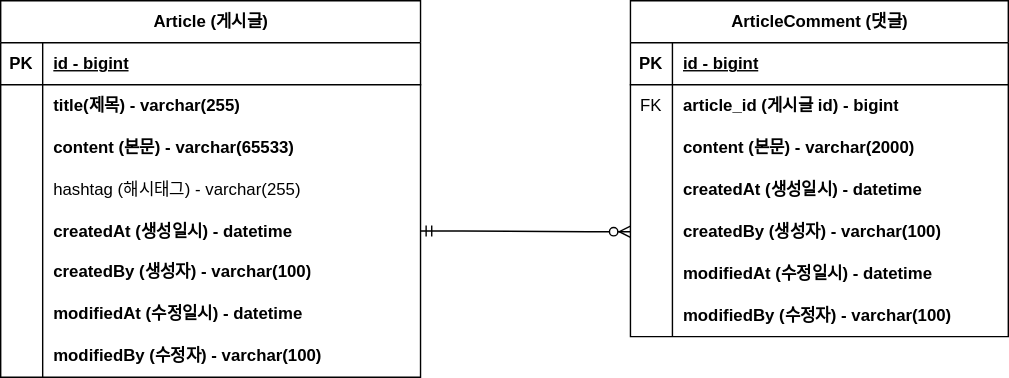
The draw.io diagram document/project-board-erd.svg in JEONHYUNTAK/fastcampus-project-board, before a commit. Source tidied: cells renumbered, new cells last; positions are measured from the earlier drawing's top-left corner, leaving out a move shared by most shapes.
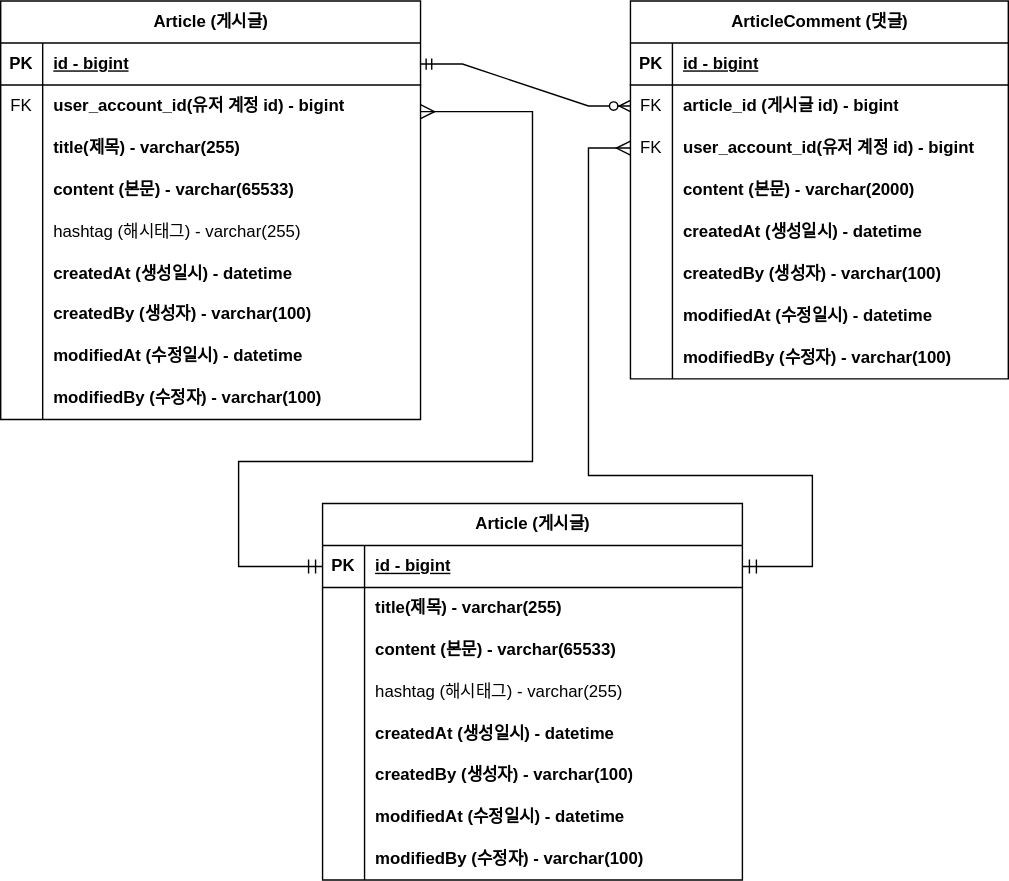
Above is the later version.

Change to the diagram source:
```diff
@@ -3,7 +3,7 @@
     <mxCell id="0" />
     <mxCell id="1" parent="0" />
     <mxCell id="2" value="Article (게시글)" style="shape=table;startSize=30;rowLines=0;fontStyle=1;align=center;html=1;" parent="1" vertex="1">
-      <mxGeometry width="300" height="269" as="geometry" />
+      <mxGeometry width="300" height="299" as="geometry" />
     </mxCell>
     <mxCell id="3" style="shape=tableRow;horizontal=0;startSize=0;swimlaneHead=0;swimlaneBody=0;fillColor=none;points=[[0,0.5],[1,0.5]];portConstraint=eastwest;top=0;left=0;right=0;bottom=1;fontStyle=1;" parent="2" vertex="1">
       <mxGeometry y="30" width="300" height="30" as="geometry" />
@@ -14,8 +14,17 @@
     <mxCell id="5" value="id - bigint" style="shape=partialRectangle;fillColor=none;top=0;left=0;bottom=0;right=0;align=left;spacingLeft=6;fontStyle=5;overflow=hidden;whiteSpace=wrap;html=1;" parent="3" vertex="1">
       <mxGeometry x="30" width="270" height="30" as="geometry" />
     </mxCell>
+    <mxCell id="50" style="shape=tableRow;horizontal=0;startSize=0;swimlaneHead=0;swimlaneBody=0;fillColor=none;top=0;left=0;right=0;bottom=0;fontStyle=1;" parent="2" vertex="1">
+      <mxGeometry y="60" width="300" height="30" as="geometry" />
+    </mxCell>
+    <mxCell id="51" value="&lt;span style=&quot;font-weight: normal;&quot;&gt;FK&lt;/span&gt;" style="shape=partialRectangle;fillColor=none;top=0;left=0;bottom=0;right=0;overflow=hidden;whiteSpace=wrap;html=1;fontStyle=1;" parent="50" vertex="1">
+      <mxGeometry width="30" height="30" as="geometry" />
+    </mxCell>
+    <mxCell id="52" value="user_account_id(유저 계정 id) - bigint" style="shape=partialRectangle;fillColor=none;top=0;left=0;bottom=0;right=0;align=left;spacingLeft=6;overflow=hidden;whiteSpace=wrap;html=1;fontStyle=1;" parent="50" vertex="1">
+      <mxGeometry x="30" width="270" height="30" as="geometry" />
+    </mxCell>
     <mxCell id="6" style="shape=tableRow;horizontal=0;startSize=0;swimlaneHead=0;swimlaneBody=0;fillColor=none;top=0;left=0;right=0;bottom=0;fontStyle=1;" parent="2" vertex="1">
-      <mxGeometry y="60" width="300" height="30" as="geometry" />
+      <mxGeometry y="90" width="300" height="30" as="geometry" />
     </mxCell>
     <mxCell id="7" style="shape=partialRectangle;fillColor=none;top=0;left=0;bottom=0;right=0;overflow=hidden;whiteSpace=wrap;html=1;fontStyle=1;" parent="6" vertex="1">
       <mxGeometry width="30" height="30" as="geometry" />
@@ -24,7 +33,7 @@
       <mxGeometry x="30" width="270" height="30" as="geometry" />
     </mxCell>
     <mxCell id="9" style="shape=tableRow;horizontal=0;startSize=0;swimlaneHead=0;swimlaneBody=0;fillColor=none;top=0;left=0;right=0;bottom=0;fontStyle=1;" parent="2" vertex="1">
-      <mxGeometry y="90" width="300" height="30" as="geometry" />
+      <mxGeometry y="120" width="300" height="30" as="geometry" />
     </mxCell>
     <mxCell id="10" style="shape=partialRectangle;fillColor=none;top=0;left=0;bottom=0;right=0;overflow=hidden;whiteSpace=wrap;html=1;fontStyle=1;" parent="9" vertex="1">
       <mxGeometry width="30" height="30" as="geometry" />
@@ -33,7 +42,7 @@
       <mxGeometry x="30" width="270" height="30" as="geometry" />
     </mxCell>
     <mxCell id="12" style="shape=tableRow;horizontal=0;startSize=0;swimlaneHead=0;swimlaneBody=0;fillColor=none;top=0;left=0;right=0;bottom=0;fontStyle=1;" parent="2" vertex="1">
-      <mxGeometry y="120" width="300" height="30" as="geometry" />
+      <mxGeometry y="150" width="300" height="30" as="geometry" />
     </mxCell>
     <mxCell id="13" style="shape=partialRectangle;fillColor=none;top=0;left=0;bottom=0;right=0;overflow=hidden;whiteSpace=wrap;html=1;fontStyle=1;" parent="12" vertex="1">
       <mxGeometry width="30" height="30" as="geometry" />
@@ -42,7 +51,7 @@
       <mxGeometry x="30" width="270" height="30" as="geometry" />
     </mxCell>
     <mxCell id="15" style="shape=tableRow;horizontal=0;startSize=0;swimlaneHead=0;swimlaneBody=0;fillColor=none;points=[[0,0.5],[1,0.5]];portConstraint=eastwest;top=0;left=0;right=0;bottom=0;fontStyle=1;" parent="2" vertex="1">
-      <mxGeometry y="150" width="300" height="29" as="geometry" />
+      <mxGeometry y="180" width="300" height="29" as="geometry" />
     </mxCell>
     <mxCell id="16" style="shape=partialRectangle;fillColor=none;top=0;left=0;bottom=0;right=0;overflow=hidden;whiteSpace=wrap;html=1;fontStyle=1;" parent="15" vertex="1">
       <mxGeometry width="30" height="29" as="geometry" />
@@ -51,7 +60,7 @@
       <mxGeometry x="30" width="270" height="29" as="geometry" />
     </mxCell>
     <mxCell id="18" style="shape=tableRow;horizontal=0;startSize=0;swimlaneHead=0;swimlaneBody=0;fillColor=none;top=0;left=0;right=0;bottom=0;fontStyle=1;" parent="2" vertex="1">
-      <mxGeometry y="179" width="300" height="30" as="geometry" />
+      <mxGeometry y="209" width="300" height="30" as="geometry" />
     </mxCell>
     <mxCell id="19" style="shape=partialRectangle;fillColor=none;top=0;left=0;bottom=0;right=0;overflow=hidden;whiteSpace=wrap;html=1;fontStyle=1;" parent="18" vertex="1">
       <mxGeometry width="30" height="30" as="geometry" />
@@ -60,7 +69,7 @@
       <mxGeometry x="30" width="270" height="30" as="geometry" />
     </mxCell>
     <mxCell id="21" style="shape=tableRow;horizontal=0;startSize=0;swimlaneHead=0;swimlaneBody=0;fillColor=none;top=0;left=0;right=0;bottom=0;fontStyle=1;" parent="2" vertex="1">
-      <mxGeometry y="209" width="300" height="30" as="geometry" />
+      <mxGeometry y="239" width="300" height="30" as="geometry" />
     </mxCell>
     <mxCell id="22" style="shape=partialRectangle;fillColor=none;top=0;left=0;bottom=0;right=0;overflow=hidden;whiteSpace=wrap;html=1;fontStyle=1;" parent="21" vertex="1">
       <mxGeometry width="30" height="30" as="geometry" />
@@ -69,7 +78,7 @@
       <mxGeometry x="30" width="270" height="30" as="geometry" />
     </mxCell>
     <mxCell id="24" style="shape=tableRow;horizontal=0;startSize=0;swimlaneHead=0;swimlaneBody=0;fillColor=none;top=0;left=0;right=0;bottom=0;fontStyle=1;" parent="2" vertex="1">
-      <mxGeometry y="239" width="300" height="30" as="geometry" />
+      <mxGeometry y="269" width="300" height="30" as="geometry" />
     </mxCell>
     <mxCell id="25" style="shape=partialRectangle;fillColor=none;top=0;left=0;bottom=0;right=0;overflow=hidden;whiteSpace=wrap;html=1;fontStyle=1;" parent="24" vertex="1">
       <mxGeometry width="30" height="30" as="geometry" />
@@ -78,7 +87,7 @@
       <mxGeometry x="30" width="270" height="30" as="geometry" />
     </mxCell>
     <mxCell id="27" value="ArticleComment (댓글)" style="shape=table;startSize=30;rowLines=0;fontStyle=1;align=center;html=1;" parent="1" vertex="1">
-      <mxGeometry x="450" width="270" height="240" as="geometry" />
+      <mxGeometry x="450" width="270" height="270" as="geometry" />
     </mxCell>
     <mxCell id="28" style="shape=tableRow;horizontal=0;startSize=0;swimlaneHead=0;swimlaneBody=0;fillColor=none;top=0;left=0;right=0;bottom=1;" parent="27" vertex="1">
       <mxGeometry y="30" width="270" height="30" as="geometry" />
@@ -98,8 +107,17 @@
     <mxCell id="33" value="article_id (게시글 id) - bigint" style="shape=partialRectangle;fillColor=none;top=0;left=0;bottom=0;right=0;align=left;spacingLeft=6;overflow=hidden;whiteSpace=wrap;html=1;fontStyle=1;" parent="31" vertex="1">
       <mxGeometry x="30" width="240" height="30" as="geometry" />
     </mxCell>
+    <mxCell id="53" style="shape=tableRow;horizontal=0;startSize=0;swimlaneHead=0;swimlaneBody=0;fillColor=none;points=[[0,0.5],[1,0.5]];portConstraint=eastwest;top=0;left=0;right=0;bottom=0;" parent="27" vertex="1">
+      <mxGeometry y="90" width="270" height="30" as="geometry" />
+    </mxCell>
+    <mxCell id="54" value="FK" style="shape=partialRectangle;fillColor=none;top=0;left=0;bottom=0;right=0;overflow=hidden;whiteSpace=wrap;html=1;" parent="53" vertex="1">
+      <mxGeometry width="30" height="30" as="geometry" />
+    </mxCell>
+    <mxCell id="55" value="user_account_id(유저 계정 id) - bigint" style="shape=partialRectangle;fillColor=none;top=0;left=0;bottom=0;right=0;align=left;spacingLeft=6;overflow=hidden;whiteSpace=wrap;html=1;fontStyle=1;" parent="53" vertex="1">
+      <mxGeometry x="30" width="240" height="30" as="geometry" />
+    </mxCell>
     <mxCell id="34" style="shape=tableRow;horizontal=0;startSize=0;swimlaneHead=0;swimlaneBody=0;fillColor=none;top=0;left=0;right=0;bottom=0;" parent="27" vertex="1">
-      <mxGeometry y="90" width="270" height="30" as="geometry" />
+      <mxGeometry y="120" width="270" height="30" as="geometry" />
     </mxCell>
     <mxCell id="35" style="shape=partialRectangle;fillColor=none;top=0;left=0;bottom=0;right=0;overflow=hidden;whiteSpace=wrap;html=1;" parent="34" vertex="1">
       <mxGeometry width="30" height="30" as="geometry" />
@@ -108,7 +126,7 @@
       <mxGeometry x="30" width="240" height="30" as="geometry" />
     </mxCell>
     <mxCell id="37" style="shape=tableRow;horizontal=0;startSize=0;swimlaneHead=0;swimlaneBody=0;fillColor=none;top=0;left=0;right=0;bottom=0;" parent="27" vertex="1">
-      <mxGeometry y="120" width="270" height="30" as="geometry" />
+      <mxGeometry y="150" width="270" height="30" as="geometry" />
     </mxCell>
     <mxCell id="38" style="shape=partialRectangle;fillColor=none;top=0;left=0;bottom=0;right=0;overflow=hidden;whiteSpace=wrap;html=1;" parent="37" vertex="1">
       <mxGeometry width="30" height="30" as="geometry" />
@@ -117,7 +135,7 @@
       <mxGeometry x="30" width="240" height="30" as="geometry" />
     </mxCell>
     <mxCell id="40" style="shape=tableRow;horizontal=0;startSize=0;swimlaneHead=0;swimlaneBody=0;fillColor=none;points=[[0,0.5],[1,0.5]];portConstraint=eastwest;top=0;left=0;right=0;bottom=0;" parent="27" vertex="1">
-      <mxGeometry y="150" width="270" height="30" as="geometry" />
+      <mxGeometry y="180" width="270" height="30" as="geometry" />
     </mxCell>
     <mxCell id="41" style="shape=partialRectangle;fillColor=none;top=0;left=0;bottom=0;right=0;overflow=hidden;whiteSpace=wrap;html=1;" parent="40" vertex="1">
       <mxGeometry width="30" height="30" as="geometry" />
@@ -126,7 +144,7 @@
       <mxGeometry x="30" width="240" height="30" as="geometry" />
     </mxCell>
     <mxCell id="43" style="shape=tableRow;horizontal=0;startSize=0;swimlaneHead=0;swimlaneBody=0;fillColor=none;top=0;left=0;right=0;bottom=0;" parent="27" vertex="1">
-      <mxGeometry y="180" width="270" height="30" as="geometry" />
+      <mxGeometry y="210" width="270" height="30" as="geometry" />
     </mxCell>
     <mxCell id="44" style="shape=partialRectangle;fillColor=none;top=0;left=0;bottom=0;right=0;overflow=hidden;whiteSpace=wrap;html=1;" parent="43" vertex="1">
       <mxGeometry width="30" height="30" as="geometry" />
@@ -135,7 +153,7 @@
       <mxGeometry x="30" width="240" height="30" as="geometry" />
     </mxCell>
     <mxCell id="46" style="shape=tableRow;horizontal=0;startSize=0;swimlaneHead=0;swimlaneBody=0;fillColor=none;top=0;left=0;right=0;bottom=0;" parent="27" vertex="1">
-      <mxGeometry y="210" width="270" height="30" as="geometry" />
+      <mxGeometry y="240" width="270" height="30" as="geometry" />
     </mxCell>
     <mxCell id="47" style="shape=partialRectangle;fillColor=none;top=0;left=0;bottom=0;right=0;overflow=hidden;whiteSpace=wrap;html=1;" parent="46" vertex="1">
       <mxGeometry width="30" height="30" as="geometry" />
@@ -143,12 +161,109 @@
     <mxCell id="48" value="modifiedBy (수정자) - varchar(100)" style="shape=partialRectangle;fillColor=none;top=0;left=0;bottom=0;right=0;align=left;spacingLeft=6;overflow=hidden;whiteSpace=wrap;html=1;fontStyle=1;" parent="46" vertex="1">
       <mxGeometry x="30" width="240" height="30" as="geometry" />
     </mxCell>
-    <mxCell id="49" style="edgeStyle=entityRelationEdgeStyle;fontSize=12;html=1;endArrow=ERzeroToMany;startArrow=ERmandOne;rounded=0;exitX=1;exitY=0.5;exitDx=0;exitDy=0;entryX=0;entryY=0.5;entryDx=0;entryDy=0;" parent="1" edge="1" source="15" target="40">
+    <mxCell id="49" style="edgeStyle=entityRelationEdgeStyle;fontSize=12;html=1;endArrow=ERzeroToMany;startArrow=ERmandOne;rounded=0;exitX=1;exitY=0.5;exitDx=0;exitDy=0;entryX=0;entryY=0.5;entryDx=0;entryDy=0;" parent="1" edge="1" source="3" target="31">
       <mxGeometry relative="1" as="geometry">
         <Array as="points">
           <mxPoint x="170" y="149" />
         </Array>
       </mxGeometry>
     </mxCell>
+    <mxCell id="56" value="Article (게시글)" style="shape=table;startSize=30;rowLines=0;fontStyle=1;align=center;html=1;" parent="1" vertex="1">
+      <mxGeometry x="230" y="359" width="300" height="269" as="geometry" />
+    </mxCell>
+    <mxCell id="57" style="shape=tableRow;horizontal=0;startSize=0;swimlaneHead=0;swimlaneBody=0;fillColor=none;points=[[0,0.5],[1,0.5]];portConstraint=eastwest;top=0;left=0;right=0;bottom=1;fontStyle=1;" parent="56" vertex="1">
+      <mxGeometry y="30" width="300" height="30" as="geometry" />
+    </mxCell>
+    <mxCell id="58" value="PK" style="shape=partialRectangle;fillColor=none;top=0;left=0;bottom=0;right=0;fontStyle=1;overflow=hidden;whiteSpace=wrap;html=1;" parent="57" vertex="1">
+      <mxGeometry width="30" height="30" as="geometry" />
+    </mxCell>
+    <mxCell id="59" value="id - bigint" style="shape=partialRectangle;fillColor=none;top=0;left=0;bottom=0;right=0;align=left;spacingLeft=6;fontStyle=5;overflow=hidden;whiteSpace=wrap;html=1;" parent="57" vertex="1">
+      <mxGeometry x="30" width="270" height="30" as="geometry" />
+    </mxCell>
+    <mxCell id="60" style="shape=tableRow;horizontal=0;startSize=0;swimlaneHead=0;swimlaneBody=0;fillColor=none;top=0;left=0;right=0;bottom=0;fontStyle=1;" parent="56" vertex="1">
+      <mxGeometry y="60" width="300" height="30" as="geometry" />
+    </mxCell>
+    <mxCell id="61" style="shape=partialRectangle;fillColor=none;top=0;left=0;bottom=0;right=0;overflow=hidden;whiteSpace=wrap;html=1;fontStyle=1;" parent="60" vertex="1">
+      <mxGeometry width="30" height="30" as="geometry" />
+    </mxCell>
+    <mxCell id="62" value="title(제목) - varchar(255)" style="shape=partialRectangle;fillColor=none;top=0;left=0;bottom=0;right=0;align=left;spacingLeft=6;overflow=hidden;whiteSpace=wrap;html=1;fontStyle=1;" parent="60" vertex="1">
+      <mxGeometry x="30" width="270" height="30" as="geometry" />
+    </mxCell>
+    <mxCell id="63" style="shape=tableRow;horizontal=0;startSize=0;swimlaneHead=0;swimlaneBody=0;fillColor=none;top=0;left=0;right=0;bottom=0;fontStyle=1;" parent="56" vertex="1">
+      <mxGeometry y="90" width="300" height="30" as="geometry" />
+    </mxCell>
+    <mxCell id="64" style="shape=partialRectangle;fillColor=none;top=0;left=0;bottom=0;right=0;overflow=hidden;whiteSpace=wrap;html=1;fontStyle=1;" parent="63" vertex="1">
+      <mxGeometry width="30" height="30" as="geometry" />
+    </mxCell>
+    <mxCell id="65" value="content (본문) - varchar(65533)" style="shape=partialRectangle;fillColor=none;top=0;left=0;bottom=0;right=0;align=left;spacingLeft=6;overflow=hidden;whiteSpace=wrap;html=1;fontStyle=1;" parent="63" vertex="1">
+      <mxGeometry x="30" width="270" height="30" as="geometry" />
+    </mxCell>
+    <mxCell id="66" style="shape=tableRow;horizontal=0;startSize=0;swimlaneHead=0;swimlaneBody=0;fillColor=none;top=0;left=0;right=0;bottom=0;fontStyle=1;" parent="56" vertex="1">
+      <mxGeometry y="120" width="300" height="30" as="geometry" />
+    </mxCell>
+    <mxCell id="67" style="shape=partialRectangle;fillColor=none;top=0;left=0;bottom=0;right=0;overflow=hidden;whiteSpace=wrap;html=1;fontStyle=1;" parent="66" vertex="1">
+      <mxGeometry width="30" height="30" as="geometry" />
+    </mxCell>
+    <mxCell id="68" value="hashtag (해시태그) - varchar(255)" style="shape=partialRectangle;fillColor=none;top=0;left=0;bottom=0;right=0;align=left;spacingLeft=6;overflow=hidden;whiteSpace=wrap;html=1;fontStyle=0;" parent="66" vertex="1">
+      <mxGeometry x="30" width="270" height="30" as="geometry" />
+    </mxCell>
+    <mxCell id="69" style="shape=tableRow;horizontal=0;startSize=0;swimlaneHead=0;swimlaneBody=0;fillColor=none;top=0;left=0;right=0;bottom=0;fontStyle=1;" parent="56" vertex="1">
+      <mxGeometry y="150" width="300" height="29" as="geometry" />
+    </mxCell>
+    <mxCell id="70" style="shape=partialRectangle;fillColor=none;top=0;left=0;bottom=0;right=0;overflow=hidden;whiteSpace=wrap;html=1;fontStyle=1;" parent="69" vertex="1">
+      <mxGeometry width="30" height="29" as="geometry" />
+    </mxCell>
+    <mxCell id="71" value="createdAt (생성일시) - datetime" style="shape=partialRectangle;fillColor=none;top=0;left=0;bottom=0;right=0;align=left;spacingLeft=6;overflow=hidden;whiteSpace=wrap;html=1;fontStyle=1;" parent="69" vertex="1">
+      <mxGeometry x="30" width="270" height="29" as="geometry" />
+    </mxCell>
+    <mxCell id="72" style="shape=tableRow;horizontal=0;startSize=0;swimlaneHead=0;swimlaneBody=0;fillColor=none;top=0;left=0;right=0;bottom=0;fontStyle=1;" parent="56" vertex="1">
+      <mxGeometry y="179" width="300" height="30" as="geometry" />
+    </mxCell>
+    <mxCell id="73" style="shape=partialRectangle;fillColor=none;top=0;left=0;bottom=0;right=0;overflow=hidden;whiteSpace=wrap;html=1;fontStyle=1;" parent="72" vertex="1">
+      <mxGeometry width="30" height="30" as="geometry" />
+    </mxCell>
+    <mxCell id="74" value="createdBy (생성자) - varchar(100)" style="shape=partialRectangle;fillColor=none;top=0;left=0;bottom=0;right=0;align=left;spacingLeft=6;overflow=hidden;whiteSpace=wrap;html=1;fontStyle=1;" parent="72" vertex="1">
+      <mxGeometry x="30" width="270" height="30" as="geometry" />
+    </mxCell>
+    <mxCell id="75" style="shape=tableRow;horizontal=0;startSize=0;swimlaneHead=0;swimlaneBody=0;fillColor=none;top=0;left=0;right=0;bottom=0;fontStyle=1;" parent="56" vertex="1">
+      <mxGeometry y="209" width="300" height="30" as="geometry" />
+    </mxCell>
+    <mxCell id="76" style="shape=partialRectangle;fillColor=none;top=0;left=0;bottom=0;right=0;overflow=hidden;whiteSpace=wrap;html=1;fontStyle=1;" parent="75" vertex="1">
+      <mxGeometry width="30" height="30" as="geometry" />
+    </mxCell>
+    <mxCell id="77" value="modifiedAt (수정일시) - datetime" style="shape=partialRectangle;fillColor=none;top=0;left=0;bottom=0;right=0;align=left;spacingLeft=6;overflow=hidden;whiteSpace=wrap;html=1;fontStyle=1;" parent="75" vertex="1">
+      <mxGeometry x="30" width="270" height="30" as="geometry" />
+    </mxCell>
+    <mxCell id="78" style="shape=tableRow;horizontal=0;startSize=0;swimlaneHead=0;swimlaneBody=0;fillColor=none;top=0;left=0;right=0;bottom=0;fontStyle=1;" parent="56" vertex="1">
+      <mxGeometry y="239" width="300" height="30" as="geometry" />
+    </mxCell>
+    <mxCell id="79" style="shape=partialRectangle;fillColor=none;top=0;left=0;bottom=0;right=0;overflow=hidden;whiteSpace=wrap;html=1;fontStyle=1;" parent="78" vertex="1">
+      <mxGeometry width="30" height="30" as="geometry" />
+    </mxCell>
+    <mxCell id="80" value="modifiedBy (수정자) - varchar(100)" style="shape=partialRectangle;fillColor=none;top=0;left=0;bottom=0;right=0;align=left;spacingLeft=6;overflow=hidden;whiteSpace=wrap;html=1;fontStyle=1;" parent="78" vertex="1">
+      <mxGeometry x="30" width="270" height="30" as="geometry" />
+    </mxCell>
+    <mxCell id="81" style="edgeStyle=segmentEdgeStyle;endArrow=ERmandOne;html=1;curved=0;rounded=0;endSize=8;startSize=8;sourcePerimeterSpacing=0;targetPerimeterSpacing=0;fontSize=12;entryX=0;entryY=0.5;entryDx=0;entryDy=0;endFill=0;startArrow=ERmany;startFill=0;" parent="1" edge="1" target="57">
+      <mxGeometry relative="1" as="geometry">
+        <mxPoint x="300" y="79" as="sourcePoint" />
+        <Array as="points">
+          <mxPoint x="300" y="79" />
+          <mxPoint x="380" y="79" />
+          <mxPoint x="380" y="329" />
+          <mxPoint x="170" y="329" />
+          <mxPoint x="170" y="404" />
+        </Array>
+      </mxGeometry>
+    </mxCell>
+    <mxCell id="82" style="edgeStyle=segmentEdgeStyle;endArrow=ERmandOne;html=1;curved=0;rounded=0;endSize=8;startSize=8;sourcePerimeterSpacing=0;targetPerimeterSpacing=0;fontSize=12;exitX=0;exitY=0.5;exitDx=0;exitDy=0;entryX=1;entryY=0.5;entryDx=0;entryDy=0;endFill=0;startArrow=ERmany;startFill=0;" parent="1" edge="1" source="53" target="57">
+      <mxGeometry relative="1" as="geometry">
+        <Array as="points">
+          <mxPoint x="420" y="105" />
+          <mxPoint x="420" y="339" />
+          <mxPoint x="580" y="339" />
+          <mxPoint x="580" y="404" />
+        </Array>
+      </mxGeometry>
+    </mxCell>
   </root>
 </mxGraphModel>
```
